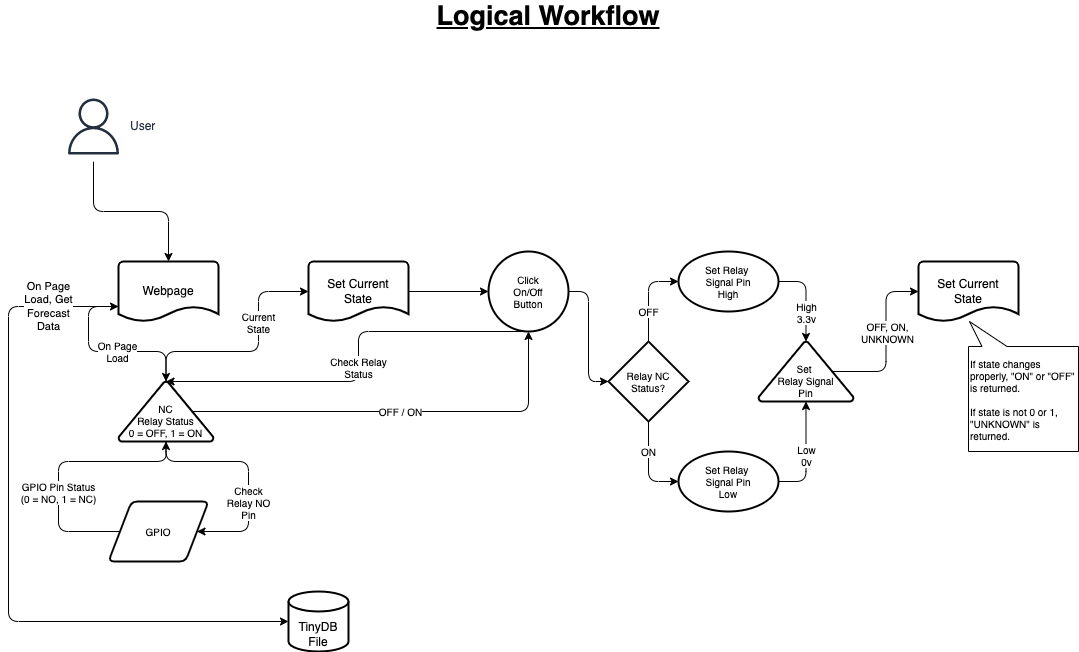
miarond/RPi_Irrigation_Bypass_Sensor keeps this draw.io diagram as assets/webapp_logic_workflow.png. Above is the earlier version. Source tidied: cells renumbered, new cells last; positions are measured from the earlier drawing's top-left corner, leaving out a move shared by most shapes.
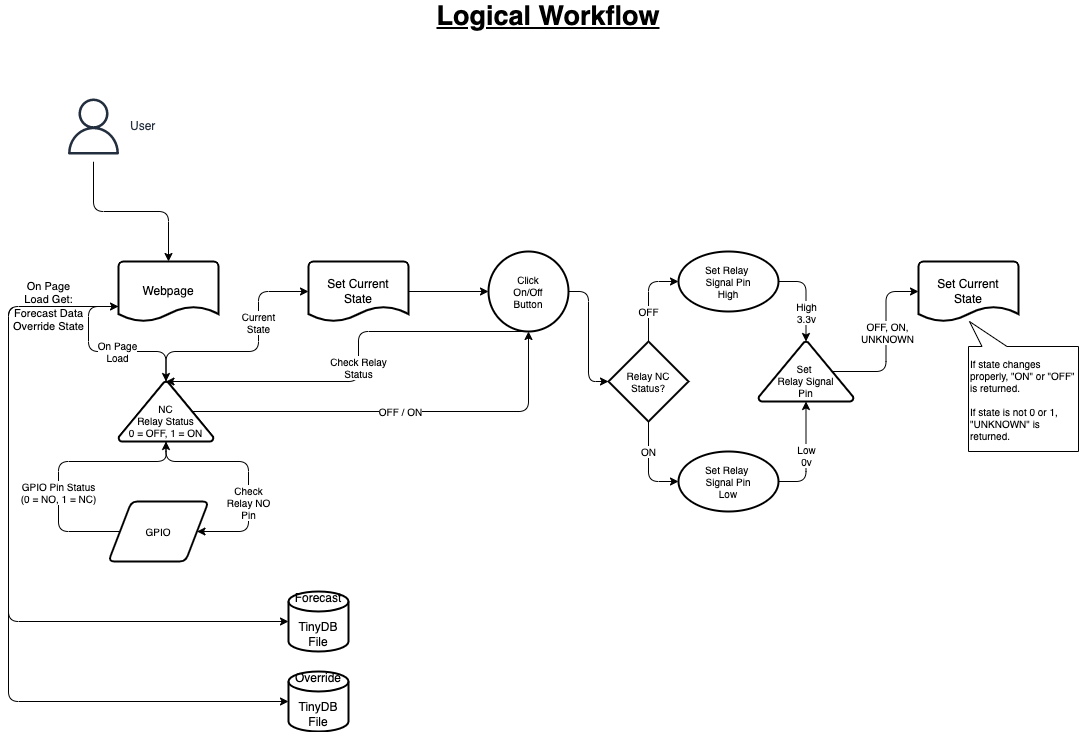
The same diagram one commit later.

What changed in the source:
```diff
@@ -11,13 +11,20 @@
         </Array>
       </mxGeometry>
     </mxCell>
-    <mxCell id="3" value="On Page&lt;br&gt;Load, Get&lt;br&gt;Forecast&lt;br&gt;Data" style="edgeStyle=elbowEdgeStyle;html=1;exitX=0;exitY=0.75;exitDx=0;exitDy=0;exitPerimeter=0;entryX=0;entryY=0.5;entryDx=0;entryDy=0;entryPerimeter=0;startArrow=classic;startFill=1;" parent="1" edge="1" source="4" target="32">
+    <mxCell id="3" value="On Page&lt;br&gt;Load Get:&lt;br&gt;Forecast Data&lt;br&gt;Override State" style="edgeStyle=elbowEdgeStyle;html=1;exitX=0;exitY=0.75;exitDx=0;exitDy=0;exitPerimeter=0;entryX=0;entryY=0.5;entryDx=0;entryDy=0;entryPerimeter=0;startArrow=classic;startFill=1;" parent="1" edge="1" source="4" target="32">
       <mxGeometry x="-0.8" relative="1" as="geometry">
         <Array as="points">
           <mxPoint y="470" />
         </Array>
       </mxGeometry>
     </mxCell>
+    <mxCell id="33" style="edgeStyle=elbowEdgeStyle;html=1;exitX=0;exitY=0.75;exitDx=0;exitDy=0;exitPerimeter=0;entryX=0;entryY=0.5;entryDx=0;entryDy=0;entryPerimeter=0;" parent="1" edge="1" source="4" target="34">
+      <mxGeometry relative="1" as="geometry">
+        <Array as="points">
+          <mxPoint y="500" />
+        </Array>
+      </mxGeometry>
+    </mxCell>
     <mxCell id="4" value="Webpage" style="strokeWidth=2;html=1;shape=mxgraph.flowchart.document2;whiteSpace=wrap;size=0.25;" parent="1" vertex="1">
       <mxGeometry x="110" y="260" width="100" height="60" as="geometry" />
     </mxCell>
@@ -131,8 +138,11 @@
     <mxCell id="31" value="Logical Workflow" style="text;html=1;strokeColor=none;fillColor=none;align=center;verticalAlign=middle;whiteSpace=wrap;rounded=0;fontSize=27;fontStyle=5;" parent="1" vertex="1">
       <mxGeometry x="405" width="270" height="30" as="geometry" />
     </mxCell>
-    <mxCell id="32" value="TinyDB&lt;br&gt;File" style="strokeWidth=2;html=1;shape=mxgraph.flowchart.database;whiteSpace=wrap;verticalAlign=bottom;" parent="1" vertex="1">
+    <mxCell id="32" value="Forecast&lt;br&gt;&lt;br&gt;TinyDB&lt;br&gt;File" style="strokeWidth=2;html=1;shape=mxgraph.flowchart.database;whiteSpace=wrap;verticalAlign=bottom;" parent="1" vertex="1">
       <mxGeometry x="280" y="590" width="60" height="60" as="geometry" />
     </mxCell>
+    <mxCell id="34" value="Override&lt;br&gt;&lt;br&gt;TinyDB&lt;br&gt;File" style="strokeWidth=2;html=1;shape=mxgraph.flowchart.database;whiteSpace=wrap;verticalAlign=bottom;" parent="1" vertex="1">
+      <mxGeometry x="280" y="670" width="60" height="60" as="geometry" />
+    </mxCell>
   </root>
 </mxGraphModel>
```
